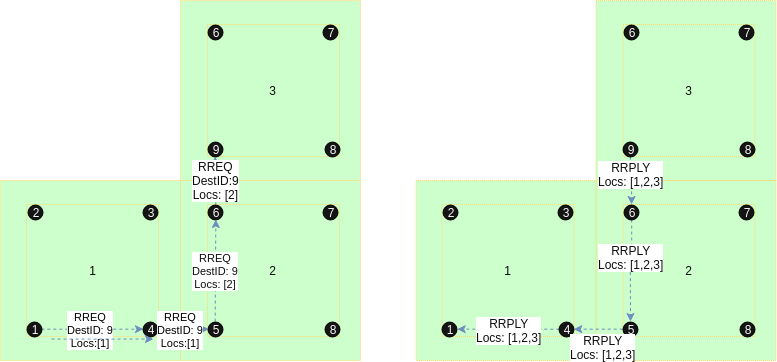
The draw.io diagram report/images/external.png in TheDuckGoesQuark/UCIOT, before a commit. Source tidied: cells renumbered, new cells last; positions are measured from the earlier drawing's top-left corner, leaving out a move shared by most shapes.
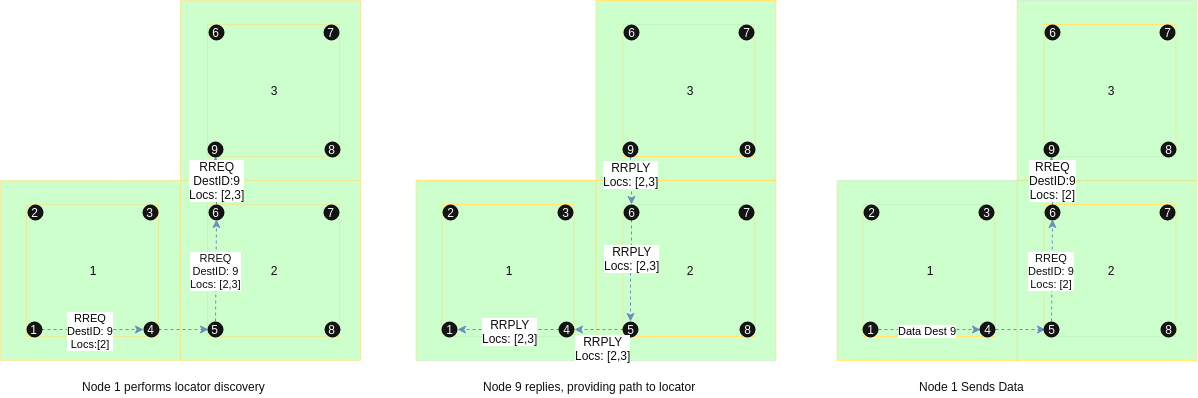
The same diagram one commit later.

What changed in the source:
```diff
@@ -17,7 +17,7 @@
     <mxCell id="6" value="2" style="ellipse;whiteSpace=wrap;html=1;fillColor=#141414;fontColor=#F7F7F7;" parent="1" vertex="1">
       <mxGeometry x="27" y="204" width="15" height="15" as="geometry" />
     </mxCell>
-    <mxCell id="7" value="RREQ&lt;br&gt;DestID: 9&lt;br&gt;Locs:[1]&lt;br&gt;" style="edgeStyle=none;rounded=0;jettySize=auto;html=1;exitX=1;exitY=0.5;exitDx=0;exitDy=0;entryX=0;entryY=0.5;entryDx=0;entryDy=0;dashed=1;fillColor=#dae8fc;strokeColor=#6c8ebf;" parent="1" edge="1" source="8" target="11">
+    <mxCell id="7" value="RREQ&lt;br&gt;DestID: 9&lt;br&gt;Locs:[2]&lt;br&gt;" style="edgeStyle=none;rounded=0;jettySize=auto;html=1;exitX=1;exitY=0.5;exitDx=0;exitDy=0;entryX=0;entryY=0.5;entryDx=0;entryDy=0;dashed=1;fillColor=#dae8fc;strokeColor=#6c8ebf;" parent="1" edge="1" source="8" target="11">
       <mxGeometry x="-0.04" y="-1" relative="1" as="geometry" />
     </mxCell>
     <mxCell id="8" value="1" style="ellipse;whiteSpace=wrap;html=1;fillColor=#141414;fontColor=#F7F7F7;" parent="1" vertex="1">
@@ -38,7 +38,7 @@
     <mxCell id="13" style="edgeStyle=none;rounded=0;jettySize=auto;html=1;exitX=0.5;exitY=0;exitDx=0;exitDy=0;entryX=0.5;entryY=1;entryDx=0;entryDy=0;dashed=1;fillColor=#dae8fc;strokeColor=#6c8ebf;fontColor=#F7F7F7;" parent="1" edge="1" source="15" target="22">
       <mxGeometry relative="1" as="geometry" />
     </mxCell>
-    <mxCell id="14" value="&lt;font color=&quot;#0f0f0f&quot;&gt;RREQ&lt;br&gt;DestID:9&lt;br&gt;Locs: [2]&lt;/font&gt;&lt;br&gt;" style="text;html=1;align=center;verticalAlign=middle;labelBackgroundColor=#ffffff;fontColor=#F7F7F7;" parent="13" vertex="1">
+    <mxCell id="14" value="&lt;font color=&quot;#0f0f0f&quot;&gt;RREQ&lt;br&gt;DestID:9&lt;br&gt;Locs: [2,3]&lt;/font&gt;&lt;br&gt;" style="text;html=1;align=center;verticalAlign=middle;labelBackgroundColor=#ffffff;fontColor=#F7F7F7;" parent="13" vertex="1">
       <mxGeometry x="0.68" y="-1" relative="1" as="geometry">
         <mxPoint x="-0.5" y="16" as="offset" />
       </mxGeometry>
@@ -46,7 +46,7 @@
     <mxCell id="15" value="6" style="ellipse;whiteSpace=wrap;html=1;fillColor=#141414;fontColor=#F7F7F7;" parent="1" vertex="1">
       <mxGeometry x="208" y="204" width="15" height="15" as="geometry" />
     </mxCell>
-    <mxCell id="16" value="&lt;font color=&quot;#0f0f0f&quot;&gt;RREQ&lt;br&gt;DestID: 9&lt;br&gt;Locs: [2]&lt;/font&gt;&lt;br&gt;" style="edgeStyle=none;rounded=0;jettySize=auto;html=1;exitX=0.5;exitY=0;exitDx=0;exitDy=0;entryX=0.5;entryY=1;entryDx=0;entryDy=0;dashed=1;fillColor=#dae8fc;strokeColor=#6c8ebf;fontColor=#F7F7F7;" parent="1" edge="1" source="17" target="15">
+    <mxCell id="16" value="&lt;font color=&quot;#0f0f0f&quot;&gt;RREQ&lt;br&gt;DestID: 9&lt;br&gt;Locs: [2,3]&lt;/font&gt;&lt;br&gt;" style="edgeStyle=none;rounded=0;jettySize=auto;html=1;exitX=0.5;exitY=0;exitDx=0;exitDy=0;entryX=0.5;entryY=1;entryDx=0;entryDy=0;dashed=1;fillColor=#dae8fc;strokeColor=#6c8ebf;fontColor=#F7F7F7;" parent="1" edge="1" source="17" target="15">
       <mxGeometry relative="1" as="geometry" />
     </mxCell>
     <mxCell id="17" value="5" style="ellipse;whiteSpace=wrap;html=1;fillColor=#141414;fontColor=#F7F7F7;" parent="1" vertex="1">
@@ -130,7 +130,7 @@
     <mxCell id="43" style="edgeStyle=orthogonalEdgeStyle;rounded=0;jettySize=auto;html=1;exitX=0.5;exitY=1;exitDx=0;exitDy=0;dashed=1;fontColor=#0F0F0F;fillColor=#dae8fc;strokeColor=#6c8ebf;" parent="1" edge="1" source="45" target="36">
       <mxGeometry relative="1" as="geometry" />
     </mxCell>
-    <mxCell id="44" value="RRPLY&lt;br&gt;Locs: [1,2,3]&lt;br&gt;" style="text;html=1;align=center;verticalAlign=middle;labelBackgroundColor=#ffffff;fontColor=#0F0F0F;" parent="43" vertex="1">
+    <mxCell id="44" value="RRPLY&lt;br&gt;Locs: [2,3]&lt;br&gt;" style="text;html=1;align=center;verticalAlign=middle;labelBackgroundColor=#ffffff;fontColor=#0F0F0F;" parent="43" vertex="1">
       <mxGeometry y="7" relative="1" as="geometry" />
     </mxCell>
     <mxCell id="45" value="9" style="ellipse;whiteSpace=wrap;html=1;fillColor=#141414;fontColor=#F7F7F7;" parent="1" vertex="1">
@@ -142,27 +142,100 @@
     <mxCell id="47" value="8" style="ellipse;whiteSpace=wrap;html=1;fillColor=#141414;fontColor=#F7F7F7;" parent="1" vertex="1">
       <mxGeometry x="739.5" y="141" width="15" height="15" as="geometry" />
     </mxCell>
-    <mxCell id="48" value="RRPLY&lt;br&gt;Locs: [1,2,3]&lt;br&gt;" style="text;html=1;align=center;verticalAlign=middle;labelBackgroundColor=#ffffff;fontColor=#0F0F0F;" parent="1" vertex="1">
+    <mxCell id="48" value="RRPLY&lt;br&gt;Locs: [2,3]&lt;br&gt;" style="text;html=1;align=center;verticalAlign=middle;labelBackgroundColor=#ffffff;fontColor=#0F0F0F;" parent="1" vertex="1">
       <mxGeometry x="640.6" y="183" as="geometry">
         <mxPoint x="-10" y="74" as="offset" />
       </mxGeometry>
     </mxCell>
-    <mxCell id="49" value="RRPLY&lt;br&gt;Locs: [1,2,3]&lt;br&gt;" style="text;html=1;align=center;verticalAlign=middle;labelBackgroundColor=#ffffff;fontColor=#0F0F0F;" parent="1" vertex="1">
+    <mxCell id="49" value="RRPLY&lt;br&gt;Locs: [2,3]&lt;br&gt;" style="text;html=1;align=center;verticalAlign=middle;labelBackgroundColor=#ffffff;fontColor=#0F0F0F;" parent="1" vertex="1">
       <mxGeometry x="652.1" y="210" as="geometry">
         <mxPoint x="-50" y="137" as="offset" />
       </mxGeometry>
     </mxCell>
-    <mxCell id="50" value="RRPLY&lt;br&gt;Locs: [1,2,3]&lt;br&gt;" style="text;html=1;align=center;verticalAlign=middle;labelBackgroundColor=#ffffff;fontColor=#0F0F0F;" parent="1" vertex="1">
+    <mxCell id="50" value="RRPLY&lt;br&gt;Locs: [2,3]&lt;br&gt;" style="text;html=1;align=center;verticalAlign=middle;labelBackgroundColor=#ffffff;fontColor=#0F0F0F;" parent="1" vertex="1">
       <mxGeometry x="660.6" y="203" as="geometry">
         <mxPoint x="-152" y="127" as="offset" />
       </mxGeometry>
     </mxCell>
-    <mxCell id="51" value="RREQ&lt;br&gt;DestID: 9&lt;br&gt;Locs:[1]&lt;br&gt;" style="edgeStyle=none;rounded=0;orthogonalLoop=1;jettySize=auto;html=1;exitX=1;exitY=0.5;exitDx=0;exitDy=0;entryX=0;entryY=0.5;entryDx=0;entryDy=0;dashed=1;fillColor=#dae8fc;strokeColor=#6c8ebf;" parent="1" edge="1">
-      <mxGeometry x="1" y="28" relative="1" as="geometry">
-        <mxPoint x="51" y="338.6" as="sourcePoint" />
-        <mxPoint x="153" y="338.6" as="targetPoint" />
-        <mxPoint x="27" y="19" as="offset" />
-      </mxGeometry>
+    <mxCell id="51" value="Node 1 performs locator discovery" style="text;html=1;align=left;verticalAlign=top;spacingTop=-4;fontColor=#0F0F0F;" parent="1" vertex="1">
+      <mxGeometry x="80" y="377" width="200" height="20" as="geometry" />
     </mxCell>
+    <mxCell id="52" value="Node 9 replies, providing path to locator" style="text;html=1;align=left;verticalAlign=top;spacingTop=-4;fontColor=#0F0F0F;" parent="1" vertex="1">
+      <mxGeometry x="480.5" y="377" width="230" height="20" as="geometry" />
+    </mxCell>
+    <mxCell id="53" style="whiteSpace=wrap;html=1;strokeColor=#FFD966;strokeWidth=1;fillColor=#CCFFCC;dashed=1;dashPattern=1 1;" parent="1" vertex="1">
+      <mxGeometry x="1016.5" width="180" height="180" as="geometry" />
+    </mxCell>
+    <mxCell id="54" style="whiteSpace=wrap;html=1;strokeColor=#FFD966;strokeWidth=1;fillColor=#CCFFCC;dashed=1;dashPattern=1 1;fontColor=#F7F7F7;" parent="1" vertex="1">
+      <mxGeometry x="1016.5" y="180" width="180" height="180" as="geometry" />
+    </mxCell>
+    <mxCell id="55" style="whiteSpace=wrap;html=1;strokeColor=#FFD966;strokeWidth=1;fillColor=#CCFFCC;dashed=1;dashPattern=1 1;" parent="1" vertex="1">
+      <mxGeometry x="836.5" y="180" width="180" height="180" as="geometry" />
+    </mxCell>
+    <mxCell id="56" value="1" style="whiteSpace=wrap;html=1;strokeColor=#FFD966;strokeWidth=1;fillColor=none;dashed=1;dashPattern=1 1;" parent="1" vertex="1">
+      <mxGeometry x="862.5" y="204" width="132" height="132" as="geometry" />
+    </mxCell>
+    <mxCell id="57" value="2" style="ellipse;whiteSpace=wrap;html=1;fillColor=#141414;fontColor=#F7F7F7;" parent="1" vertex="1">
+      <mxGeometry x="863.5" y="204" width="15" height="15" as="geometry" />
+    </mxCell>
+    <mxCell id="58" value="Data Dest 9&lt;br&gt;" style="edgeStyle=none;rounded=0;jettySize=auto;html=1;exitX=1;exitY=0.5;exitDx=0;exitDy=0;entryX=0;entryY=0.5;entryDx=0;entryDy=0;dashed=1;fillColor=#dae8fc;strokeColor=#6c8ebf;" parent="1" edge="1" source="59" target="62">
+      <mxGeometry x="-0.04" y="-1" relative="1" as="geometry" />
+    </mxCell>
+    <mxCell id="59" value="1" style="ellipse;whiteSpace=wrap;html=1;fillColor=#141414;fontColor=#F7F7F7;" parent="1" vertex="1">
+      <mxGeometry x="862.5" y="321" width="15" height="15" as="geometry" />
+    </mxCell>
+    <mxCell id="60" value="3" style="ellipse;whiteSpace=wrap;html=1;fillColor=#141414;fontColor=#F7F7F7;" parent="1" vertex="1">
+      <mxGeometry x="978.5" y="204" width="15" height="15" as="geometry" />
+    </mxCell>
+    <mxCell id="61" style="edgeStyle=none;rounded=0;jettySize=auto;html=1;exitX=1;exitY=0.5;exitDx=0;exitDy=0;entryX=0.01;entryY=0.944;entryDx=0;entryDy=0;entryPerimeter=0;dashed=1;fillColor=#dae8fc;strokeColor=#6c8ebf;fontColor=#F7F7F7;" parent="1" edge="1" source="62" target="63">
+      <mxGeometry relative="1" as="geometry" />
+    </mxCell>
+    <mxCell id="62" value="4" style="ellipse;whiteSpace=wrap;html=1;fillColor=#141414;fontColor=#F7F7F7;" parent="1" vertex="1">
+      <mxGeometry x="979.5" y="321" width="15" height="15" as="geometry" />
+    </mxCell>
+    <mxCell id="63" value="2" style="whiteSpace=wrap;html=1;strokeColor=#FFD966;strokeWidth=1;fillColor=none;dashed=1;dashPattern=1 1;fontColor=#0F0F0F;" parent="1" vertex="1">
+      <mxGeometry x="1043.5" y="204" width="132" height="132" as="geometry" />
+    </mxCell>
+    <mxCell id="64" style="edgeStyle=none;rounded=0;jettySize=auto;html=1;exitX=0.5;exitY=0;exitDx=0;exitDy=0;entryX=0.5;entryY=1;entryDx=0;entryDy=0;dashed=1;fillColor=#dae8fc;strokeColor=#6c8ebf;fontColor=#F7F7F7;" parent="1" edge="1" source="66" target="73">
+      <mxGeometry relative="1" as="geometry" />
+    </mxCell>
+    <mxCell id="65" value="&lt;font color=&quot;#0f0f0f&quot;&gt;RREQ&lt;br&gt;DestID:9&lt;br&gt;Locs: [2]&lt;/font&gt;&lt;br&gt;" style="text;html=1;align=center;verticalAlign=middle;labelBackgroundColor=#ffffff;fontColor=#F7F7F7;" parent="64" vertex="1">
+      <mxGeometry x="0.68" y="-1" relative="1" as="geometry">
+        <mxPoint x="-0.5" y="16" as="offset" />
+      </mxGeometry>
+    </mxCell>
+    <mxCell id="66" value="6" style="ellipse;whiteSpace=wrap;html=1;fillColor=#141414;fontColor=#F7F7F7;" parent="1" vertex="1">
+      <mxGeometry x="1044.5" y="204" width="15" height="15" as="geometry" />
+    </mxCell>
+    <mxCell id="67" value="&lt;font color=&quot;#0f0f0f&quot;&gt;RREQ&lt;br&gt;DestID: 9&lt;br&gt;Locs: [2]&lt;/font&gt;&lt;br&gt;" style="edgeStyle=none;rounded=0;jettySize=auto;html=1;exitX=0.5;exitY=0;exitDx=0;exitDy=0;entryX=0.5;entryY=1;entryDx=0;entryDy=0;dashed=1;fillColor=#dae8fc;strokeColor=#6c8ebf;fontColor=#F7F7F7;" parent="1" edge="1" source="68" target="66">
+      <mxGeometry relative="1" as="geometry" />
+    </mxCell>
+    <mxCell id="68" value="5" style="ellipse;whiteSpace=wrap;html=1;fillColor=#141414;fontColor=#F7F7F7;" parent="1" vertex="1">
+      <mxGeometry x="1043.5" y="321" width="15" height="15" as="geometry" />
+    </mxCell>
+    <mxCell id="69" value="7" style="ellipse;whiteSpace=wrap;html=1;fillColor=#141414;fontColor=#F7F7F7;" parent="1" vertex="1">
+      <mxGeometry x="1159.5" y="204" width="15" height="15" as="geometry" />
+    </mxCell>
+    <mxCell id="70" value="8" style="ellipse;whiteSpace=wrap;html=1;fillColor=#141414;fontColor=#F7F7F7;" parent="1" vertex="1">
+      <mxGeometry x="1160.5" y="321" width="15" height="15" as="geometry" />
+    </mxCell>
+    <mxCell id="71" value="3" style="whiteSpace=wrap;html=1;strokeColor=#FFD966;strokeWidth=1;fillColor=none;dashed=1;dashPattern=1 1;fontColor=#0F0F0F;" parent="1" vertex="1">
+      <mxGeometry x="1043.5" y="24" width="132" height="132" as="geometry" />
+    </mxCell>
+    <mxCell id="72" value="6" style="ellipse;whiteSpace=wrap;html=1;fillColor=#141414;fontColor=#F7F7F7;" parent="1" vertex="1">
+      <mxGeometry x="1044.5" y="24" width="15" height="15" as="geometry" />
+    </mxCell>
+    <mxCell id="73" value="9" style="ellipse;whiteSpace=wrap;html=1;fillColor=#141414;fontColor=#F7F7F7;" parent="1" vertex="1">
+      <mxGeometry x="1043.5" y="141" width="15" height="15" as="geometry" />
+    </mxCell>
+    <mxCell id="74" value="7" style="ellipse;whiteSpace=wrap;html=1;fillColor=#141414;fontColor=#F7F7F7;" parent="1" vertex="1">
+      <mxGeometry x="1159.5" y="24" width="15" height="15" as="geometry" />
+    </mxCell>
+    <mxCell id="75" value="8" style="ellipse;whiteSpace=wrap;html=1;fillColor=#141414;fontColor=#F7F7F7;" parent="1" vertex="1">
+      <mxGeometry x="1160.5" y="141" width="15" height="15" as="geometry" />
+    </mxCell>
+    <mxCell id="76" value="Node 1 Sends Data" style="text;html=1;align=left;verticalAlign=top;spacingTop=-4;fontColor=#0F0F0F;" parent="1" vertex="1">
+      <mxGeometry x="916.5" y="377" width="120" height="20" as="geometry" />
+    </mxCell>
   </root>
 </mxGraphModel>
```
